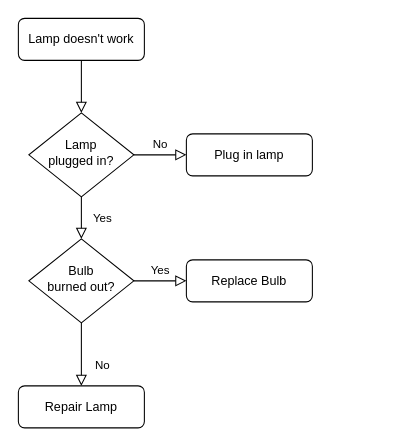
F-jianchao/drawio keeps this draw.io diagram as 23.drawio. Above is the earlier version. Source tidied: cells renumbered, new cells numbered last; positions are measured from the earlier drawing's top-left corner, leaving out a move shared by most shapes. Both pictures are drawn from the tidied source at 105%, with x=0, y=0 at pixel (18, 18).
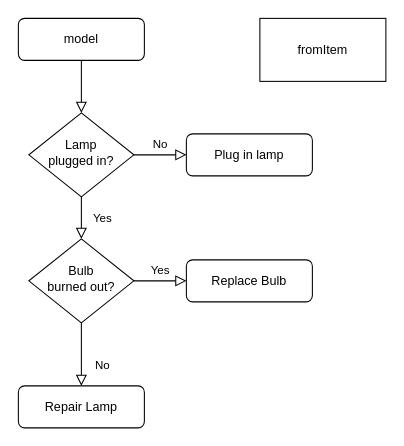
The same diagram, later.

What changed in the source:
```diff
@@
 <mxGraphModel>
   <root>
     <mxCell id="0" />
     <mxCell id="1" parent="0" />
     <mxCell id="2" style="rounded=0;html=1;jettySize=auto;fontSize=11;endArrow=block;endFill=0;endSize=8;strokeWidth=1;shadow=0;labelBackgroundColor=none;edgeStyle=orthogonalEdgeStyle;" parent="1" edge="1" source="3" target="6">
       <mxGeometry relative="1" as="geometry" />
     </mxCell>
-    <mxCell id="3" value="Lamp doesn't work" style="rounded=1;whiteSpace=wrap;html=1;fontSize=12;glass=0;strokeWidth=1;shadow=0;" parent="1" vertex="1">
+    <mxCell id="3" value="model" style="rounded=1;whiteSpace=wrap;html=1;fontSize=12;glass=0;strokeWidth=1;shadow=0;" parent="1" vertex="1">
       <mxGeometry width="120" height="40" as="geometry" />
     </mxCell>
     <mxCell id="4" value="Yes" style="rounded=0;html=1;jettySize=auto;fontSize=11;endArrow=block;endFill=0;endSize=8;strokeWidth=1;shadow=0;labelBackgroundColor=none;edgeStyle=orthogonalEdgeStyle;" parent="1" edge="1" source="6" target="10">
       <mxGeometry y="20" relative="1" as="geometry" />
     </mxCell>
     <mxCell id="5" value="No" style="edgeStyle=orthogonalEdgeStyle;rounded=0;html=1;jettySize=auto;fontSize=11;endArrow=block;endFill=0;endSize=8;strokeWidth=1;shadow=0;labelBackgroundColor=none;" parent="1" edge="1" source="6" target="7">
       <mxGeometry y="10" relative="1" as="geometry" />
     </mxCell>
     <mxCell id="6" value="Lamp&lt;br&gt;plugged in?" style="rhombus;whiteSpace=wrap;html=1;shadow=0;fontFamily=Helvetica;fontSize=12;align=center;strokeWidth=1;spacing=6;spacingTop=-4;" parent="1" vertex="1">
       <mxGeometry x="10" y="90" width="100" height="80" as="geometry" />
     </mxCell>
     <mxCell id="7" value="Plug in lamp" style="rounded=1;whiteSpace=wrap;html=1;fontSize=12;glass=0;strokeWidth=1;shadow=0;" parent="1" vertex="1">
       <mxGeometry x="160" y="110" width="120" height="40" as="geometry" />
     </mxCell>
     <mxCell id="8" value="No" style="rounded=0;html=1;jettySize=auto;fontSize=11;endArrow=block;endFill=0;endSize=8;strokeWidth=1;shadow=0;labelBackgroundColor=none;edgeStyle=orthogonalEdgeStyle;" parent="1" edge="1" source="10" target="11">
       <mxGeometry x="0.33" y="20" relative="1" as="geometry" />
     </mxCell>
     <mxCell id="9" value="Yes" style="edgeStyle=orthogonalEdgeStyle;rounded=0;html=1;jettySize=auto;fontSize=11;endArrow=block;endFill=0;endSize=8;strokeWidth=1;shadow=0;labelBackgroundColor=none;" parent="1" edge="1" source="10" target="12">
       <mxGeometry y="10" relative="1" as="geometry" />
     </mxCell>
     <mxCell id="10" value="Bulb&lt;br&gt;burned out?" style="rhombus;whiteSpace=wrap;html=1;shadow=0;fontFamily=Helvetica;fontSize=12;align=center;strokeWidth=1;spacing=6;spacingTop=-4;" parent="1" vertex="1">
       <mxGeometry x="10" y="210" width="100" height="80" as="geometry" />
     </mxCell>
     <mxCell id="11" value="Repair Lamp" style="rounded=1;whiteSpace=wrap;html=1;fontSize=12;glass=0;strokeWidth=1;shadow=0;" parent="1" vertex="1">
       <mxGeometry y="350" width="120" height="40" as="geometry" />
     </mxCell>
     <mxCell id="12" value="Replace Bulb" style="rounded=1;whiteSpace=wrap;html=1;fontSize=12;glass=0;strokeWidth=1;shadow=0;" parent="1" vertex="1">
       <mxGeometry x="160" y="230" width="120" height="40" as="geometry" />
     </mxCell>
+    <mxCell id="13" value="fromItem" style="whiteSpace=wrap;html=1;" parent="1" vertex="1">
+      <mxGeometry x="230" width="120" height="60" as="geometry" />
+    </mxCell>
   </root>
 </mxGraphModel>
```
